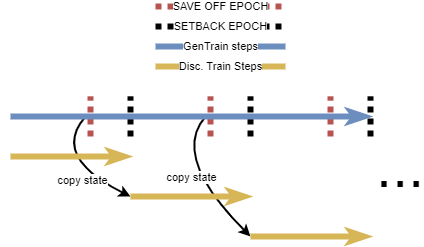
This is algorithm.png from stevenjohnlarsen/GAN-discriminator-refresh-learning, a draw.io export, as it was before one commit. Source tidied: cells renumbered, new cells last; positions are measured from the earlier drawing's top-left corner, leaving out a move shared by most shapes.
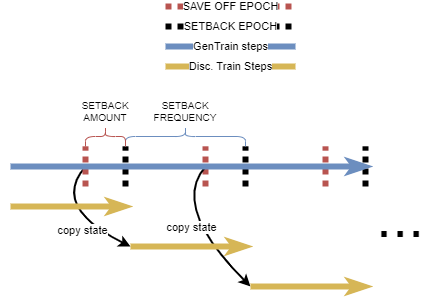
Later version of the same file.

What changed in the source:
```diff
@@ -22,26 +22,26 @@
     </mxCell>
     <mxCell id="5" style="endArrow=none;dashed=1;html=1;rounded=0;strokeWidth=6;dashPattern=1 1;" parent="1" edge="1">
       <mxGeometry relative="1" as="geometry">
-        <mxPoint x="120" y="130" as="sourcePoint" />
-        <mxPoint x="120" y="90" as="targetPoint" />
+        <mxPoint x="115" y="130" as="sourcePoint" />
+        <mxPoint x="115" y="90" as="targetPoint" />
       </mxGeometry>
     </mxCell>
     <mxCell id="6" style="endArrow=none;dashed=1;html=1;rounded=0;strokeWidth=6;dashPattern=1 1;" parent="1" edge="1">
       <mxGeometry relative="1" as="geometry">
-        <mxPoint x="240" y="130" as="sourcePoint" />
-        <mxPoint x="240" y="90" as="targetPoint" />
+        <mxPoint x="235" y="130" as="sourcePoint" />
+        <mxPoint x="235" y="90" as="targetPoint" />
       </mxGeometry>
     </mxCell>
     <mxCell id="7" style="endArrow=none;dashed=1;html=1;rounded=0;strokeWidth=6;dashPattern=1 1;fillColor=#f8cecc;strokeColor=#b85450;" parent="1" edge="1">
       <mxGeometry relative="1" as="geometry">
-        <mxPoint x="80" y="130" as="sourcePoint" />
-        <mxPoint x="80" y="90" as="targetPoint" />
+        <mxPoint x="75" y="130" as="sourcePoint" />
+        <mxPoint x="75" y="90" as="targetPoint" />
       </mxGeometry>
     </mxCell>
     <mxCell id="8" style="endArrow=none;dashed=1;html=1;rounded=0;strokeWidth=6;dashPattern=1 1;fillColor=#f8cecc;strokeColor=#b85450;" parent="1" edge="1">
       <mxGeometry relative="1" as="geometry">
-        <mxPoint x="200" y="130" as="sourcePoint" />
-        <mxPoint x="200" y="90" as="targetPoint" />
+        <mxPoint x="195" y="130" as="sourcePoint" />
+        <mxPoint x="195" y="90" as="targetPoint" />
       </mxGeometry>
     </mxCell>
     <mxCell id="9" value="copy state" style="curved=1;endArrow=classic;html=1;rounded=0;strokeWidth=2;" parent="1" edge="1">
@@ -67,14 +67,14 @@
     </mxCell>
     <mxCell id="12" style="endArrow=none;dashed=1;html=1;rounded=0;strokeWidth=6;dashPattern=1 1;" parent="1" edge="1">
       <mxGeometry relative="1" as="geometry">
-        <mxPoint x="360" y="130" as="sourcePoint" />
-        <mxPoint x="360" y="90" as="targetPoint" />
+        <mxPoint x="355" y="130" as="sourcePoint" />
+        <mxPoint x="355" y="90" as="targetPoint" />
       </mxGeometry>
     </mxCell>
     <mxCell id="13" style="endArrow=none;dashed=1;html=1;rounded=0;strokeWidth=6;dashPattern=1 1;fillColor=#f8cecc;strokeColor=#b85450;" parent="1" edge="1">
       <mxGeometry relative="1" as="geometry">
-        <mxPoint x="320" y="130" as="sourcePoint" />
-        <mxPoint x="320" y="90" as="targetPoint" />
+        <mxPoint x="315" y="130" as="sourcePoint" />
+        <mxPoint x="315" y="90" as="targetPoint" />
       </mxGeometry>
     </mxCell>
     <mxCell id="14" style="endArrow=classicThin;html=1;rounded=0;fontSize=58;strokeWidth=6;curved=1;fillColor=#dae8fc;strokeColor=#6c8ebf;endFill=1;" parent="1" edge="1">
@@ -83,29 +83,48 @@
         <mxPoint x="360" y="110" as="targetPoint" />
       </mxGeometry>
     </mxCell>
+    <mxCell id="19" value="&lt;span style=&quot;font-size: 10px&quot;&gt;&lt;br&gt;&lt;/span&gt;" style="shape=curlyBracket;whiteSpace=wrap;html=1;rounded=1;flipH=1;fontSize=58;rotation=-90;fillColor=#dae8fc;strokeColor=#6c8ebf;" parent="1" vertex="1">
+      <mxGeometry x="165" y="20" width="20" height="120" as="geometry" />
+    </mxCell>
+    <mxCell id="20" style="group;" parent="1" vertex="1">
+      <mxGeometry x="155" y="-50" width="130" height="60" as="geometry" />
+    </mxCell>
-    <mxCell id="15" value="GenTrain steps" style="endArrow=none;html=1;rounded=0;strokeWidth=6;fillColor=#dae8fc;strokeColor=#6c8ebf;" parent="1" edge="1">
+    <mxCell id="15" value="GenTrain steps" style="endArrow=none;html=1;rounded=0;strokeWidth=6;fillColor=#dae8fc;strokeColor=#6c8ebf;" parent="20" edge="1">
       <mxGeometry relative="1" as="geometry">
-        <mxPoint x="145" y="40" as="sourcePoint" />
-        <mxPoint x="275" y="40" as="targetPoint" />
+        <mxPoint y="40" as="sourcePoint" />
+        <mxPoint x="130" y="40" as="targetPoint" />
       </mxGeometry>
     </mxCell>
-    <mxCell id="16" value="Disc. Train Steps" style="endArrow=none;html=1;rounded=0;strokeWidth=6;fillColor=#fff2cc;strokeColor=#d6b656;" parent="1" edge="1">
+    <mxCell id="16" value="Disc. Train Steps" style="endArrow=none;html=1;rounded=0;strokeWidth=6;fillColor=#fff2cc;strokeColor=#d6b656;" parent="20" edge="1">
       <mxGeometry relative="1" as="geometry">
-        <mxPoint x="145" y="60" as="sourcePoint" />
-        <mxPoint x="275" y="60" as="targetPoint" />
+        <mxPoint y="60" as="sourcePoint" />
+        <mxPoint x="130" y="60" as="targetPoint" />
       </mxGeometry>
     </mxCell>
-    <mxCell id="17" value="SETBACK EPOCH" style="endArrow=none;dashed=1;html=1;rounded=0;strokeWidth=6;dashPattern=1 1;" parent="1" edge="1">
+    <mxCell id="17" value="SETBACK EPOCH" style="endArrow=none;dashed=1;html=1;rounded=0;strokeWidth=6;dashPattern=1 1;" parent="20" edge="1">
       <mxGeometry relative="1" as="geometry">
-        <mxPoint x="145" y="20" as="sourcePoint" />
-        <mxPoint x="275" y="20" as="targetPoint" />
+        <mxPoint y="20" as="sourcePoint" />
+        <mxPoint x="130" y="20" as="targetPoint" />
       </mxGeometry>
     </mxCell>
-    <mxCell id="18" value="SAVE OFF EPOCH" style="endArrow=none;dashed=1;html=1;rounded=0;strokeWidth=6;dashPattern=1 1;fillColor=#f8cecc;strokeColor=#b85450;" parent="1" edge="1">
+    <mxCell id="18" value="SAVE OFF EPOCH" style="endArrow=none;dashed=1;html=1;rounded=0;strokeWidth=6;dashPattern=1 1;fillColor=#f8cecc;strokeColor=#b85450;" parent="20" edge="1">
       <mxGeometry relative="1" as="geometry">
-        <mxPoint x="145" as="sourcePoint" />
-        <mxPoint x="275" as="targetPoint" />
+        <mxPoint as="sourcePoint" />
+        <mxPoint x="130" as="targetPoint" />
       </mxGeometry>
     </mxCell>
+    <object id="21" label="SETBACK FREQUENCY" name="Variable" placeholders="1">
+      <mxCell style="text;html=1;strokeColor=none;fillColor=none;align=center;verticalAlign=middle;whiteSpace=wrap;overflow=hidden;fontSize=10;" parent="1" vertex="1">
+        <mxGeometry x="135" y="40" width="80" height="30" as="geometry" />
+      </mxCell>
+    </object>
+    <mxCell id="22" value="&lt;span style=&quot;font-size: 10px&quot;&gt;&lt;br&gt;&lt;/span&gt;" style="shape=curlyBracket;whiteSpace=wrap;html=1;rounded=1;flipH=1;fontSize=58;rotation=-90;fillColor=#f8cecc;strokeColor=#b85450;" parent="1" vertex="1">
+      <mxGeometry x="85" y="60" width="20" height="40" as="geometry" />
+    </mxCell>
+    <object id="23" label="SETBACK AMOUNT" name="Variable" placeholders="1">
+      <mxCell style="text;html=1;strokeColor=none;fillColor=none;align=center;verticalAlign=middle;whiteSpace=wrap;overflow=hidden;fontSize=10;" parent="1" vertex="1">
+        <mxGeometry x="55" y="40" width="80" height="30" as="geometry" />
+      </mxCell>
+    </object>
   </root>
 </mxGraphModel>
```
